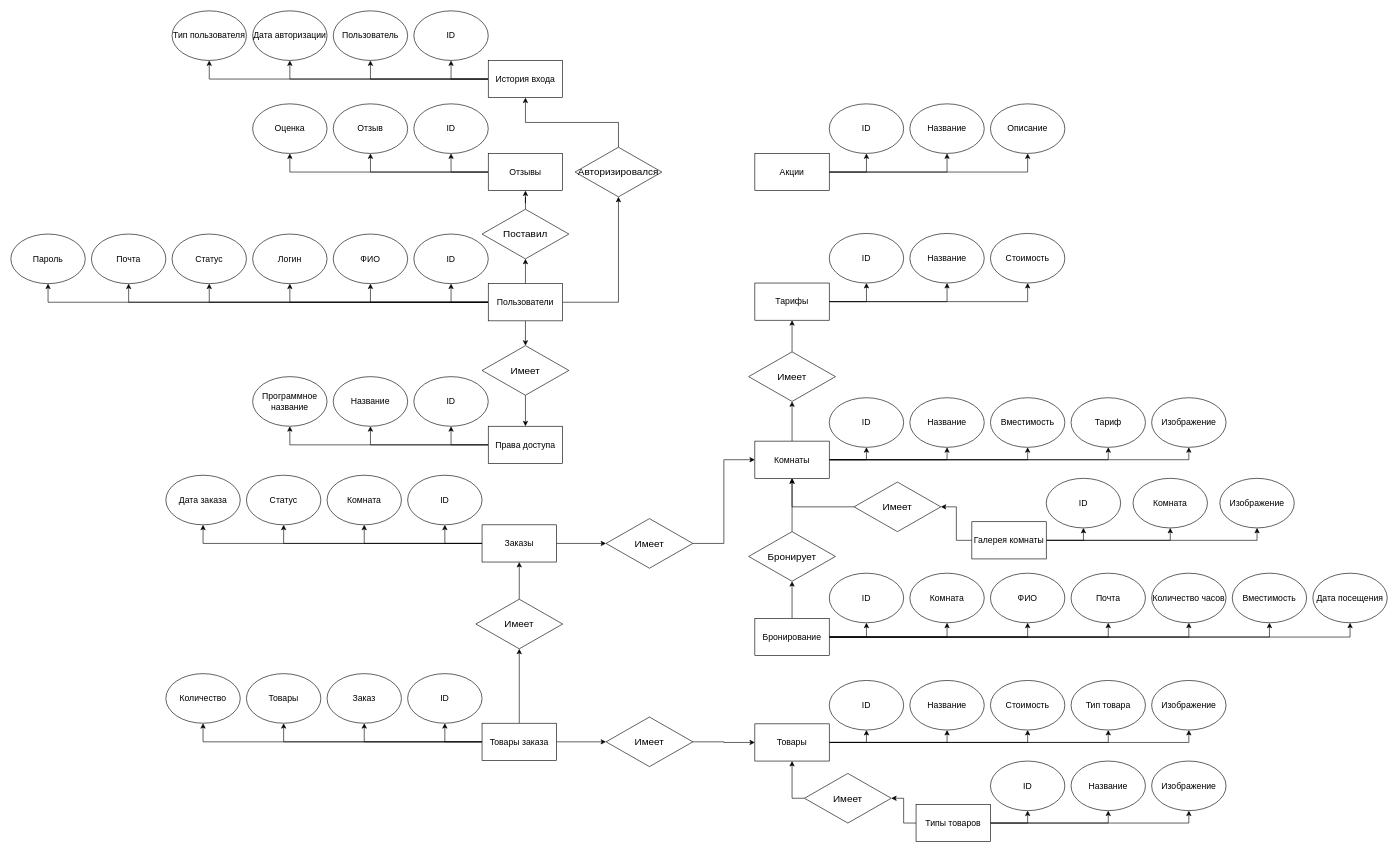
Above: page "Концептуальная" (1 of 3) of public/documents/time_cafe.drawio in MrCrross/timecafe (draw.io), before the change. Source tidied: cells renumbered, new cells numbered last; positions are measured from the earlier drawing's top-left corner, leaving out a move shared by most shapes. Both pictures are drawn from the tidied source at 62%, with x=0, y=0 at pixel (11, 11).
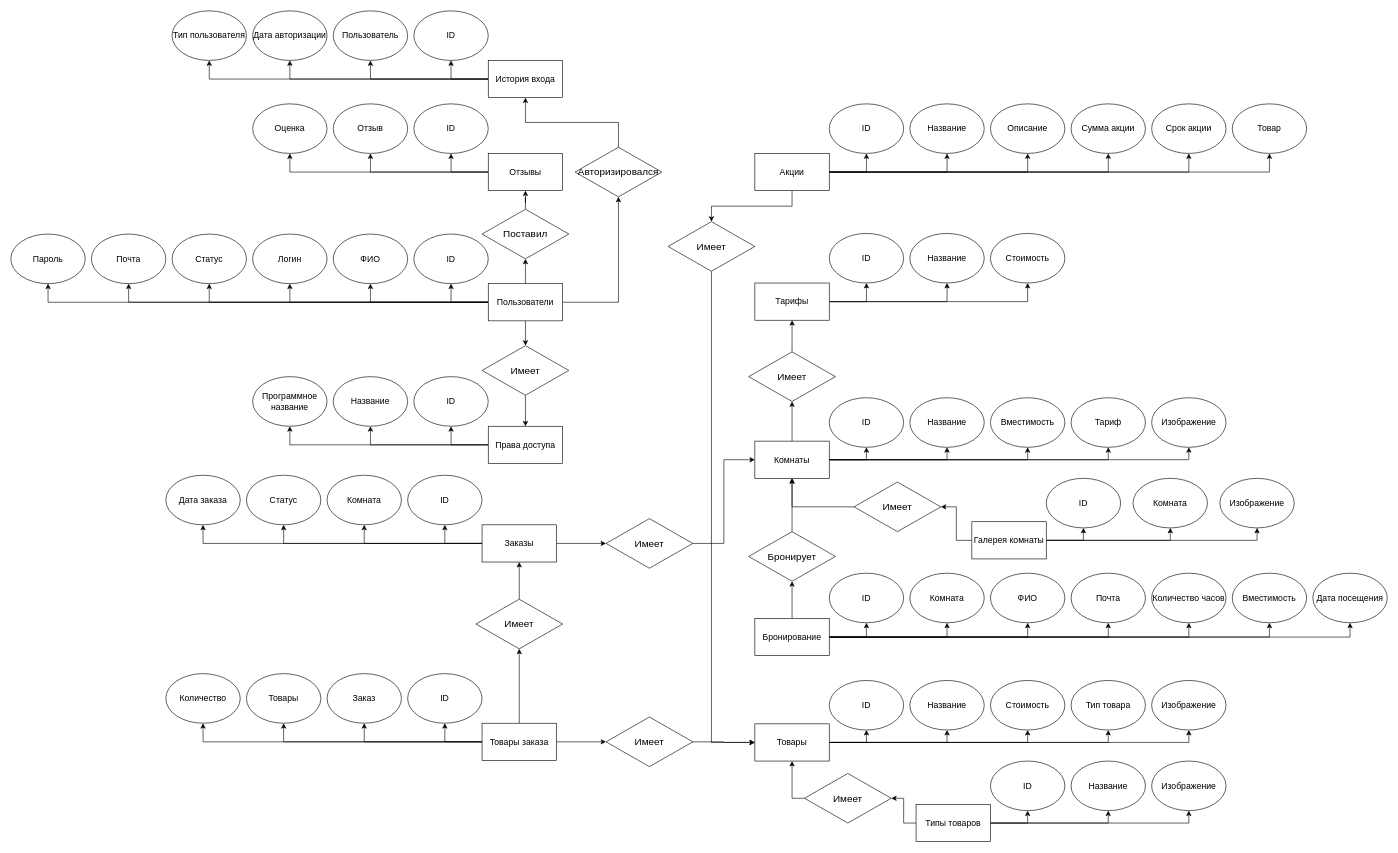
Above is the later version.

Unchanged cells that the change refers to:
```xml
<mxCell id="75" value="&lt;span style=&quot;font-size: 14px;&quot;&gt;Товары&lt;/span&gt;" style="rounded=0;whiteSpace=wrap;html=1;" parent="1" vertex="1">
  <mxGeometry x="1200" y="1150" width="120" height="60" as="geometry" />
</mxCell>
<mxCell id="136" value="&lt;span style=&quot;font-size: 14px;&quot;&gt;Акции&lt;/span&gt;" style="rounded=0;whiteSpace=wrap;html=1;" parent="1" vertex="1">
  <mxGeometry x="1200" y="230" width="120" height="60" as="geometry" />
</mxCell>
```

Change to the diagram source:
```diff
@@
+    <mxCell id="151" style="edgeStyle=orthogonalEdgeStyle;rounded=0;jettySize=auto;html=1;entryX=0.5;entryY=1;entryDx=0;entryDy=0;" parent="1" edge="1" source="136" target="155">
+      <mxGeometry relative="1" as="geometry" />
+    </mxCell>
+    <mxCell id="152" style="edgeStyle=orthogonalEdgeStyle;rounded=0;jettySize=auto;html=1;entryX=0.5;entryY=1;entryDx=0;entryDy=0;" parent="1" edge="1" source="136" target="156">
+      <mxGeometry relative="1" as="geometry" />
+    </mxCell>
+    <mxCell id="153" style="edgeStyle=orthogonalEdgeStyle;rounded=0;jettySize=auto;html=1;entryX=0.5;entryY=1;entryDx=0;entryDy=0;" parent="1" edge="1" source="136" target="157">
+      <mxGeometry relative="1" as="geometry" />
+    </mxCell>
+    <mxCell id="154" style="edgeStyle=orthogonalEdgeStyle;rounded=0;jettySize=auto;html=1;" parent="1" edge="1" source="136" target="159">
+      <mxGeometry relative="1" as="geometry" />
+    </mxCell>
@@
+    <mxCell id="155" value="&lt;span style=&quot;font-size: 14px;&quot;&gt;Сумма акции&lt;/span&gt;" style="ellipse;whiteSpace=wrap;html=1;" parent="1" vertex="1">
+      <mxGeometry x="1710" y="150" width="120" height="80" as="geometry" />
+    </mxCell>
+    <mxCell id="156" value="&lt;span style=&quot;font-size: 14px;&quot;&gt;Срок акции&lt;/span&gt;" style="ellipse;whiteSpace=wrap;html=1;" parent="1" vertex="1">
+      <mxGeometry x="1840" y="150" width="120" height="80" as="geometry" />
+    </mxCell>
+    <mxCell id="157" value="&lt;span style=&quot;font-size: 14px;&quot;&gt;Товар&lt;/span&gt;" style="ellipse;whiteSpace=wrap;html=1;" parent="1" vertex="1">
+      <mxGeometry x="1970" y="150" width="120" height="80" as="geometry" />
+    </mxCell>
+    <mxCell id="158" style="edgeStyle=orthogonalEdgeStyle;rounded=0;jettySize=auto;html=1;entryX=0;entryY=0.5;entryDx=0;entryDy=0;" parent="1" edge="1" source="159" target="75">
+      <mxGeometry relative="1" as="geometry" />
+    </mxCell>
+    <mxCell id="159" value="&lt;font size=&quot;3&quot;&gt;Имеет&lt;/font&gt;" style="rhombus;whiteSpace=wrap;html=1;" parent="1" vertex="1">
+      <mxGeometry x="1060" y="340" width="140" height="80" as="geometry" />
+    </mxCell>
```
